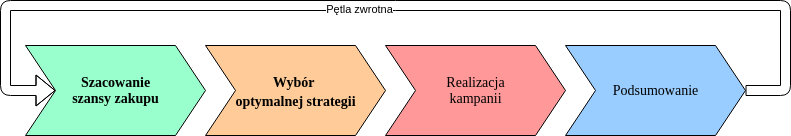
This is images/cmpgn_process.png from WitJakuczun/conf-dss2021-marketing-optimization-minizinc, a draw.io export, as it was before one commit. Source tidied: cells renumbered, new cells last; positions are measured from the earlier drawing's top-left corner, leaving out a move shared by most shapes. Source of this version:
```xml
<mxGraphModel>
  <root>
    <mxCell id="0" />
    <mxCell id="1" parent="0" />
    <mxCell id="2" value="&lt;font face=&quot;Open sans&quot; style=&quot;font-size: 14px&quot;&gt;&lt;b&gt;Szacowanie&lt;br&gt;szansy zakupu&lt;/b&gt;&lt;/font&gt;" style="html=1;shadow=0;dashed=0;align=center;verticalAlign=middle;shape=mxgraph.arrows2.arrow;dy=0;dx=30;notch=30;fillColor=#99FFCC;" parent="1" vertex="1">
      <mxGeometry x="20" y="40" width="180" height="90" as="geometry" />
    </mxCell>
    <mxCell id="3" value="&lt;font face=&quot;Open sans&quot; style=&quot;font-size: 14px&quot;&gt;&lt;b&gt;Wybór &lt;br&gt;optymalnej strategii&lt;/b&gt;&lt;/font&gt;" style="html=1;shadow=0;dashed=0;align=center;verticalAlign=middle;shape=mxgraph.arrows2.arrow;dy=0;dx=30;notch=30;fillColor=#FFCC99;fontSize=16;" parent="1" vertex="1">
      <mxGeometry x="200" y="40" width="180" height="90" as="geometry" />
    </mxCell>
    <mxCell id="4" value="&lt;font face=&quot;Open sans&quot; style=&quot;font-size: 14px&quot;&gt;Realizacja&lt;br&gt;kampanii&lt;/font&gt;" style="html=1;shadow=0;dashed=0;align=center;verticalAlign=middle;shape=mxgraph.arrows2.arrow;dy=0;dx=30;notch=30;fillColor=#FF9999;" parent="1" vertex="1">
      <mxGeometry x="380" y="40" width="180" height="90" as="geometry" />
    </mxCell>
    <mxCell id="5" value="&lt;font face=&quot;Open sans&quot; style=&quot;font-size: 14px&quot;&gt;Podsumowanie&lt;/font&gt;" style="html=1;shadow=0;dashed=0;align=center;verticalAlign=middle;shape=mxgraph.arrows2.arrow;dy=0;dx=30;notch=30;fillColor=#99CCFF;" parent="1" vertex="1">
      <mxGeometry x="560" y="40" width="180" height="90" as="geometry" />
    </mxCell>
    <mxCell id="6" style="shape=flexArrow;endArrow=classic;html=1;entryX=0;entryY=0.5;entryDx=30;entryDy=0;entryPerimeter=0;exitX=1;exitY=0.5;exitDx=0;exitDy=0;exitPerimeter=0;" parent="1" edge="1" source="5" target="2">
      <mxGeometry relative="1" as="geometry">
        <Array as="points">
          <mxPoint x="780" y="85" />
          <mxPoint x="780" />
          <mxPoint />
          <mxPoint y="85" />
        </Array>
      </mxGeometry>
    </mxCell>
    <mxCell id="7" value="Pętla zwrotna" style="edgeLabel;html=1;align=center;verticalAlign=middle;" parent="6" vertex="1">
      <mxGeometry x="0.06" y="3" relative="1" as="geometry" />
    </mxCell>
  </root>
</mxGraphModel>
```
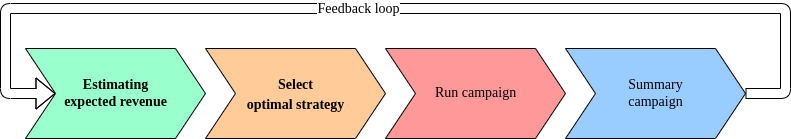
The same file after the commit.

Commit message:
Translated process diagrams

Change to the diagram source:
```diff
@@ -2,16 +2,16 @@
   <root>
     <mxCell id="0" />
     <mxCell id="1" parent="0" />
-    <mxCell id="2" value="&lt;font face=&quot;Open sans&quot; style=&quot;font-size: 14px&quot;&gt;&lt;b&gt;Szacowanie&lt;br&gt;szansy zakupu&lt;/b&gt;&lt;/font&gt;" style="html=1;shadow=0;dashed=0;align=center;verticalAlign=middle;shape=mxgraph.arrows2.arrow;dy=0;dx=30;notch=30;fillColor=#99FFCC;" parent="1" vertex="1">
+    <mxCell id="2" value="&lt;font color=&quot;#000000&quot; face=&quot;Open sans&quot;&gt;&lt;span style=&quot;font-size: 14px&quot;&gt;&lt;b&gt;Estimating&lt;br&gt;expected revenue&lt;/b&gt;&lt;/span&gt;&lt;/font&gt;" style="html=1;shadow=0;dashed=0;align=center;verticalAlign=middle;shape=mxgraph.arrows2.arrow;dy=0;dx=30;notch=30;fillColor=#99FFCC;" parent="1" vertex="1">
       <mxGeometry x="20" y="40" width="180" height="90" as="geometry" />
     </mxCell>
-    <mxCell id="3" value="&lt;font face=&quot;Open sans&quot; style=&quot;font-size: 14px&quot;&gt;&lt;b&gt;Wybór &lt;br&gt;optymalnej strategii&lt;/b&gt;&lt;/font&gt;" style="html=1;shadow=0;dashed=0;align=center;verticalAlign=middle;shape=mxgraph.arrows2.arrow;dy=0;dx=30;notch=30;fillColor=#FFCC99;fontSize=16;" parent="1" vertex="1">
+    <mxCell id="3" value="&lt;font face=&quot;Open sans&quot; color=&quot;#000000&quot;&gt;&lt;span style=&quot;font-size: 14px&quot;&gt;&lt;b&gt;Select&lt;br&gt;optimal strategy&lt;/b&gt;&lt;/span&gt;&lt;/font&gt;" style="html=1;shadow=0;dashed=0;align=center;verticalAlign=middle;shape=mxgraph.arrows2.arrow;dy=0;dx=30;notch=30;fillColor=#FFCC99;fontSize=16;" parent="1" vertex="1">
       <mxGeometry x="200" y="40" width="180" height="90" as="geometry" />
     </mxCell>
-    <mxCell id="4" value="&lt;font face=&quot;Open sans&quot; style=&quot;font-size: 14px&quot;&gt;Realizacja&lt;br&gt;kampanii&lt;/font&gt;" style="html=1;shadow=0;dashed=0;align=center;verticalAlign=middle;shape=mxgraph.arrows2.arrow;dy=0;dx=30;notch=30;fillColor=#FF9999;" parent="1" vertex="1">
+    <mxCell id="4" value="&lt;font face=&quot;Open sans&quot; color=&quot;#000000&quot;&gt;&lt;span style=&quot;font-size: 14px&quot;&gt;Run campaign&lt;/span&gt;&lt;/font&gt;" style="html=1;shadow=0;dashed=0;align=center;verticalAlign=middle;shape=mxgraph.arrows2.arrow;dy=0;dx=30;notch=30;fillColor=#FF9999;" parent="1" vertex="1">
       <mxGeometry x="380" y="40" width="180" height="90" as="geometry" />
     </mxCell>
-    <mxCell id="5" value="&lt;font face=&quot;Open sans&quot; style=&quot;font-size: 14px&quot;&gt;Podsumowanie&lt;/font&gt;" style="html=1;shadow=0;dashed=0;align=center;verticalAlign=middle;shape=mxgraph.arrows2.arrow;dy=0;dx=30;notch=30;fillColor=#99CCFF;" parent="1" vertex="1">
+    <mxCell id="5" value="&lt;font face=&quot;Open sans&quot; style=&quot;font-size: 14px&quot; color=&quot;#000000&quot;&gt;Summary&lt;br&gt;campaign&lt;/font&gt;" style="html=1;shadow=0;dashed=0;align=center;verticalAlign=middle;shape=mxgraph.arrows2.arrow;dy=0;dx=30;notch=30;fillColor=#99CCFF;" parent="1" vertex="1">
       <mxGeometry x="560" y="40" width="180" height="90" as="geometry" />
     </mxCell>
     <mxCell id="6" style="shape=flexArrow;endArrow=classic;html=1;entryX=0;entryY=0.5;entryDx=30;entryDy=0;entryPerimeter=0;exitX=1;exitY=0.5;exitDx=0;exitDy=0;exitPerimeter=0;" parent="1" edge="1" source="5" target="2">
@@ -24,8 +24,10 @@
         </Array>
       </mxGeometry>
     </mxCell>
-    <mxCell id="7" value="Pętla zwrotna" style="edgeLabel;html=1;align=center;verticalAlign=middle;" parent="6" vertex="1">
-      <mxGeometry x="0.06" y="3" relative="1" as="geometry" />
+    <mxCell id="7" value="Feedback loop" style="edgeLabel;html=1;align=center;verticalAlign=middle;fontFamily=Open sans;fontSource=https%3A%2F%2Ffonts.googleapis.com%2Fcss%3Ffamily%3DOpen%2Bsans;fontSize=14;" parent="6" vertex="1">
+      <mxGeometry x="0.06" y="3" relative="1" as="geometry">
+        <mxPoint y="-3" as="offset" />
+      </mxGeometry>
     </mxCell>
   </root>
 </mxGraphModel>
```
